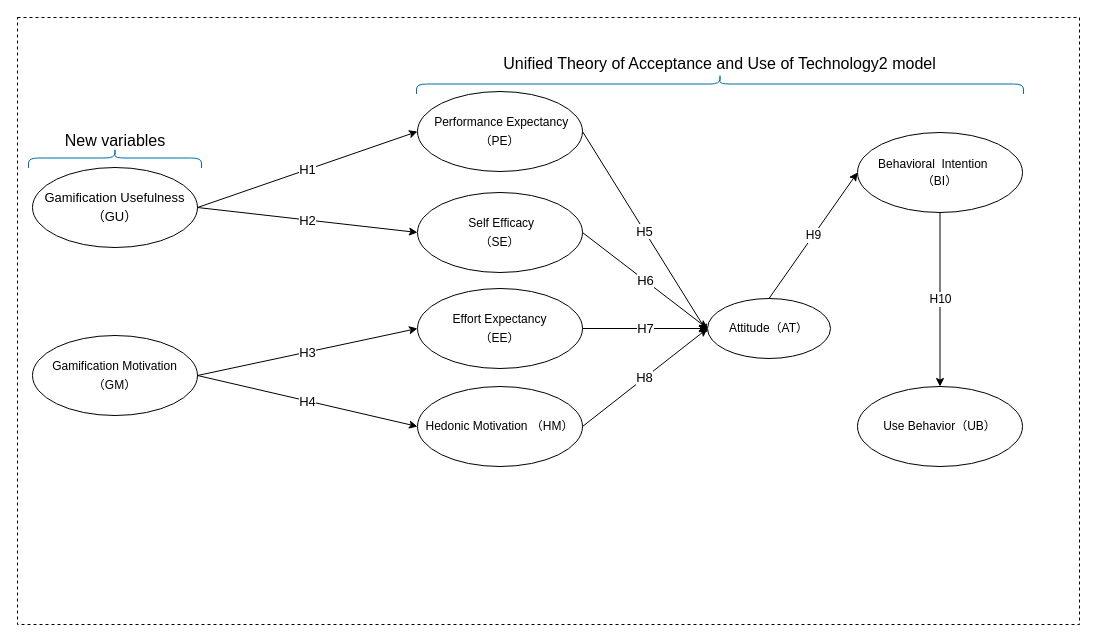
Above: 結構模型2.drawio in raknza/Master-Thesis (draw.io), before the change. Source tidied: cells renumbered, new cells numbered last; positions are measured from the earlier drawing's top-left corner, leaving out a move shared by most shapes. Both pictures are drawn from the tidied source at 100%, with x=0, y=0 at pixel (17, -220).
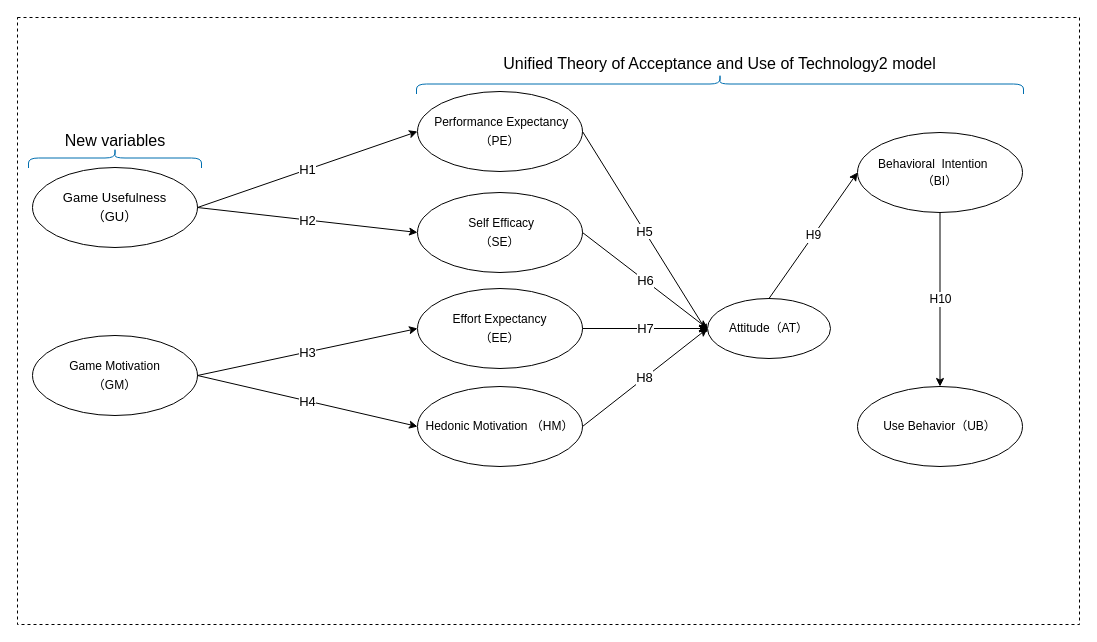
After the change.

Change to the diagram source:
```diff
@@
-    <mxCell id="3" value="&lt;p style=&quot;line-height: 140%&quot;&gt;&lt;span style=&quot;font-size: 13px&quot;&gt;Gamification Usefulness&lt;/span&gt;&lt;br style=&quot;font-size: 13px&quot;&gt;&lt;span style=&quot;font-size: 13px&quot;&gt;（GU）&lt;/span&gt;&lt;/p&gt;" style="ellipse;whiteSpace=wrap;html=1;spacingBottom=0;fontSize=13;fontStyle=0;" parent="1" vertex="1">
+    <mxCell id="3" value="&lt;p style=&quot;line-height: 140%&quot;&gt;&lt;span style=&quot;font-size: 13px&quot;&gt;Game Usefulness&lt;/span&gt;&lt;br style=&quot;font-size: 13px&quot;&gt;&lt;span style=&quot;font-size: 13px&quot;&gt;（GU）&lt;/span&gt;&lt;/p&gt;" style="ellipse;whiteSpace=wrap;html=1;spacingBottom=0;fontSize=13;fontStyle=0;" parent="1" vertex="1">
       <mxGeometry x="15" y="387" width="165" height="80" as="geometry" />
     </mxCell>
-    <mxCell id="4" value="&lt;p style=&quot;line-height: 140%&quot;&gt;&lt;span style=&quot;font-size: 12px&quot;&gt;Gamification Motivation&lt;/span&gt;&lt;br style=&quot;font-size: 12px&quot;&gt;&lt;span style=&quot;font-size: 12px&quot;&gt;（GM）&lt;/span&gt;&lt;br&gt;&lt;/p&gt;" style="ellipse;whiteSpace=wrap;html=1;spacingBottom=0;fontSize=13;fontStyle=0;" parent="1" vertex="1">
+    <mxCell id="4" value="&lt;p style=&quot;line-height: 140%&quot;&gt;&lt;span style=&quot;font-size: 12px&quot;&gt;Game Motivation&lt;/span&gt;&lt;br style=&quot;font-size: 12px&quot;&gt;&lt;span style=&quot;font-size: 12px&quot;&gt;（GM）&lt;/span&gt;&lt;br&gt;&lt;/p&gt;" style="ellipse;whiteSpace=wrap;html=1;spacingBottom=0;fontSize=13;fontStyle=0;" parent="1" vertex="1">
       <mxGeometry x="15" y="555" width="165" height="80" as="geometry" />
     </mxCell>
```
